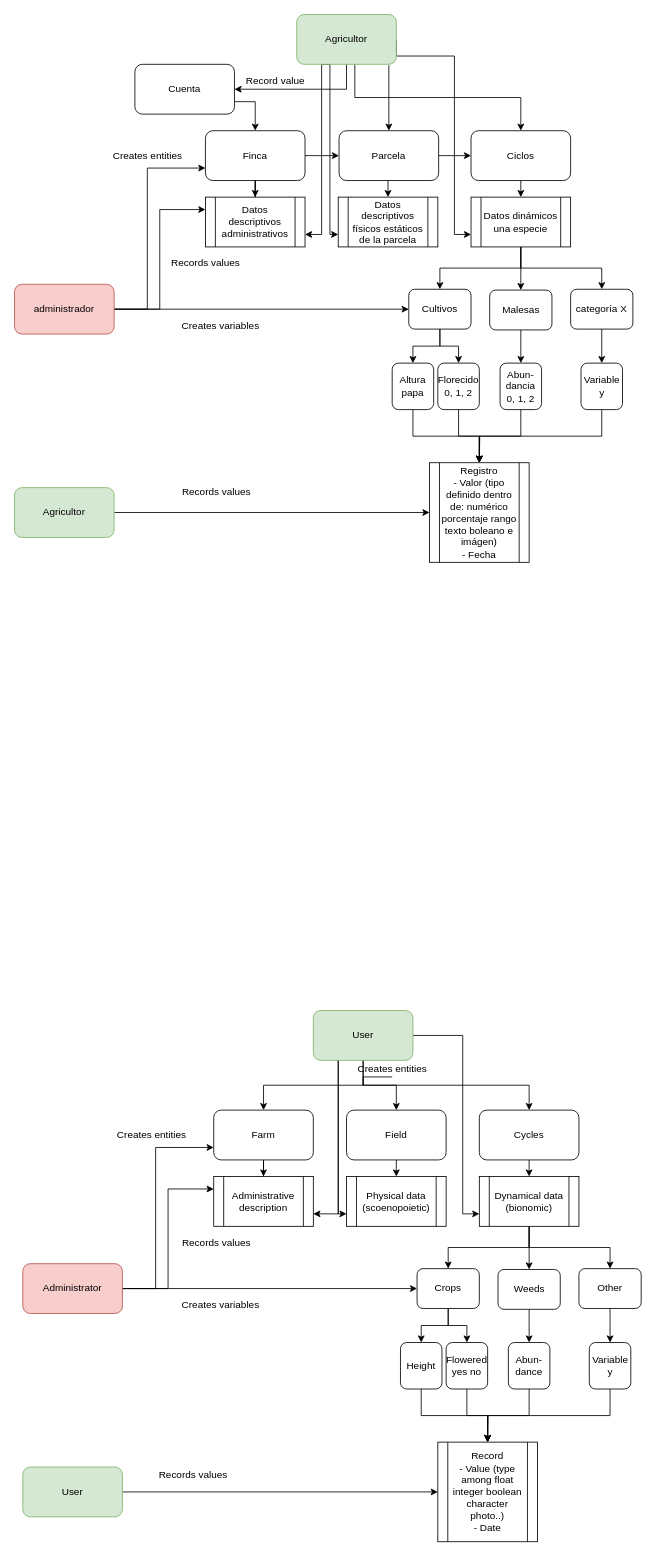
The draw.io diagram app.agromaker.drawio in stdupas/app.agromaker, before the edit. Source tidied: cells renumbered, new cells numbered last; positions are measured from the earlier drawing's top-left corner, leaving out a move shared by most shapes. Both pictures are drawn from the tidied source at 83%, with x=0, y=0 at pixel (14, 14).
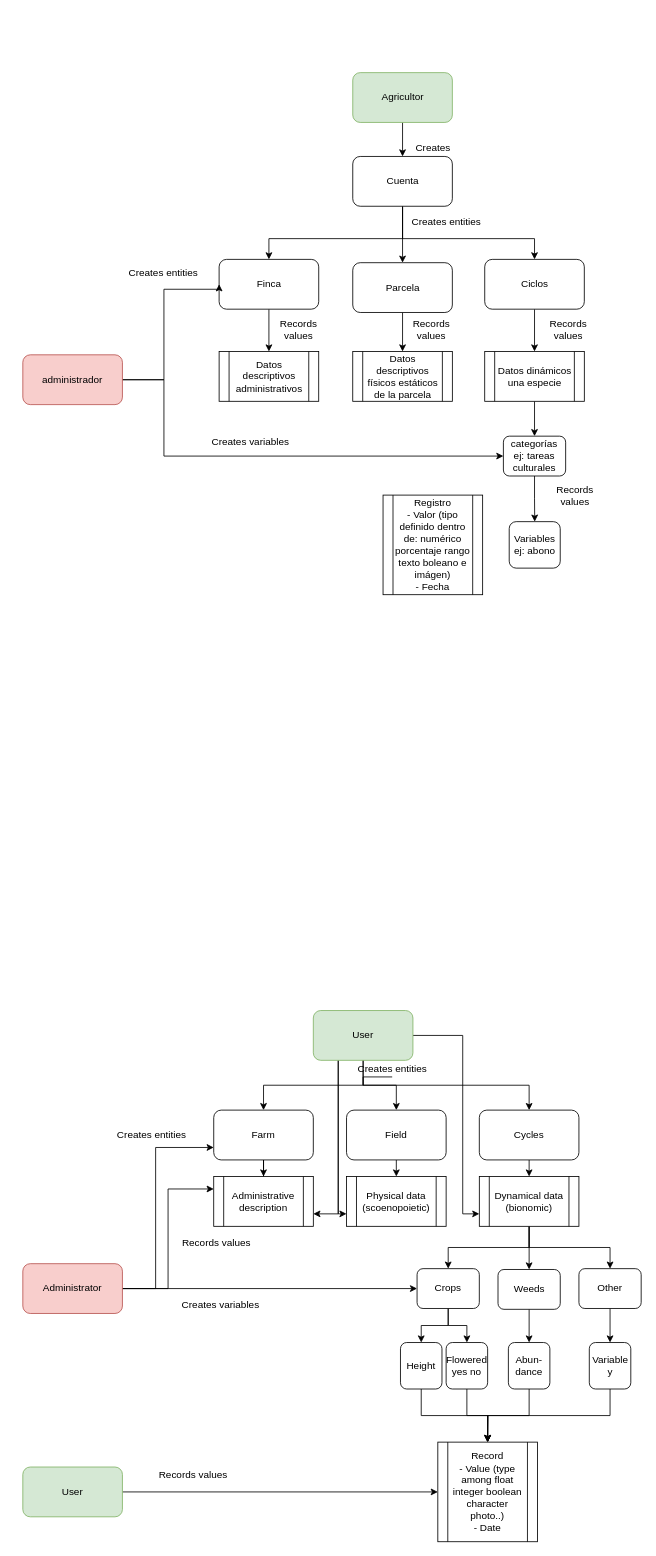
After the change.

The edit, as a diff of the source:
```diff
@@
-    <mxCell id="3" style="edgeStyle=orthogonalEdgeStyle;rounded=0;jettySize=auto;html=1;exitX=1;exitY=0.5;exitDx=0;exitDy=0;entryX=0;entryY=0.5;entryDx=0;entryDy=0;" parent="1" edge="1" source="4" target="7">
-      <mxGeometry relative="1" as="geometry" />
-    </mxCell>
     <mxCell id="4" value="Finca" style="rounded=1;whiteSpace=wrap;html=1;" parent="1" vertex="1">
-      <mxGeometry x="230" y="140" width="120" height="60" as="geometry" />
+      <mxGeometry x="246.5" y="295" width="120" height="60" as="geometry" />
     </mxCell>
@@
-    <mxCell id="6" style="edgeStyle=orthogonalEdgeStyle;rounded=0;jettySize=auto;html=1;exitX=1;exitY=0.5;exitDx=0;exitDy=0;entryX=0;entryY=0.5;entryDx=0;entryDy=0;" parent="1" edge="1" source="7" target="11">
-      <mxGeometry relative="1" as="geometry" />
-    </mxCell>
     <mxCell id="7" value="Parcela" style="rounded=1;whiteSpace=wrap;html=1;" parent="1" vertex="1">
-      <mxGeometry x="391" y="140" width="120" height="60" as="geometry" />
+      <mxGeometry x="407.5" y="299" width="120" height="60" as="geometry" />
     </mxCell>
     <mxCell id="8" value="Datos descriptivos administrativos" style="shape=process;whiteSpace=wrap;html=1;backgroundOutline=1;" parent="1" vertex="1">
-      <mxGeometry x="230" y="220" width="120" height="60" as="geometry" />
+      <mxGeometry x="246.5" y="406" width="120" height="60" as="geometry" />
     </mxCell>
     <mxCell id="9" value="Datos descriptivos físicos estáticos de la parcela" style="shape=process;whiteSpace=wrap;html=1;backgroundOutline=1;" parent="1" vertex="1">
-      <mxGeometry x="390" y="220" width="120" height="60" as="geometry" />
+      <mxGeometry x="407.5" y="406" width="120" height="60" as="geometry" />
     </mxCell>
@@
     <mxCell id="11" value="Ciclos" style="rounded=1;whiteSpace=wrap;html=1;" parent="1" vertex="1">
-      <mxGeometry x="550" y="140" width="120" height="60" as="geometry" />
+      <mxGeometry x="566.5" y="295" width="120" height="60" as="geometry" />
     </mxCell>
-    <mxCell id="12" style="edgeStyle=orthogonalEdgeStyle;rounded=0;jettySize=auto;html=1;exitX=0.5;exitY=1;exitDx=0;exitDy=0;entryX=0.5;entryY=0;entryDx=0;entryDy=0;" parent="1" edge="1" source="15" target="33">
-      <mxGeometry relative="1" as="geometry" />
-    </mxCell>
@@
-    <mxCell id="14" style="edgeStyle=orthogonalEdgeStyle;rounded=0;jettySize=auto;html=1;entryX=0.5;entryY=0;entryDx=0;entryDy=0;" parent="1" edge="1" source="15" target="42">
-      <mxGeometry relative="1" as="geometry" />
-    </mxCell>
     <mxCell id="15" value="Datos dinámicos una especie" style="shape=process;whiteSpace=wrap;html=1;backgroundOutline=1;" parent="1" vertex="1">
-      <mxGeometry x="550" y="220" width="120" height="60" as="geometry" />
+      <mxGeometry x="566.5" y="406" width="120" height="60" as="geometry" />
     </mxCell>
-    <mxCell id="16" style="edgeStyle=orthogonalEdgeStyle;rounded=0;jettySize=auto;html=1;exitX=0.5;exitY=1;exitDx=0;exitDy=0;entryX=1;entryY=0.5;entryDx=0;entryDy=0;" parent="1" edge="1" source="22" target="97">
+    <mxCell id="16" style="edgeStyle=orthogonalEdgeStyle;rounded=0;jettySize=auto;html=1;exitX=0.5;exitY=1;exitDx=0;exitDy=0;" parent="1" edge="1" source="22" target="97">
       <mxGeometry relative="1" as="geometry" />
     </mxCell>
-    <mxCell id="17" style="edgeStyle=orthogonalEdgeStyle;rounded=0;jettySize=auto;html=1;entryX=0.5;entryY=0;entryDx=0;entryDy=0;" parent="1" edge="1" source="22" target="11">
-      <mxGeometry relative="1" as="geometry">
-        <Array as="points">
-          <mxPoint x="410" y="100" />
-          <mxPoint x="610" y="100" />
-        </Array>
-      </mxGeometry>
-    </mxCell>
-    <mxCell id="18" style="edgeStyle=orthogonalEdgeStyle;rounded=0;jettySize=auto;html=1;exitX=0.925;exitY=1.017;exitDx=0;exitDy=0;exitPerimeter=0;" parent="1" edge="1" source="22" target="7">
-      <mxGeometry relative="1" as="geometry" />
-    </mxCell>
-    <mxCell id="19" style="edgeStyle=orthogonalEdgeStyle;rounded=0;jettySize=auto;html=1;exitX=0.25;exitY=1;exitDx=0;exitDy=0;entryX=1;entryY=0.75;entryDx=0;entryDy=0;" parent="1" edge="1" source="22" target="8">
-      <mxGeometry relative="1" as="geometry" />
-    </mxCell>
-    <mxCell id="20" style="edgeStyle=orthogonalEdgeStyle;rounded=0;jettySize=auto;html=1;exitX=0.25;exitY=1;exitDx=0;exitDy=0;entryX=0;entryY=0.75;entryDx=0;entryDy=0;" parent="1" edge="1" source="22" target="9">
-      <mxGeometry relative="1" as="geometry">
-        <Array as="points">
-          <mxPoint x="380" y="265" />
-        </Array>
-      </mxGeometry>
-    </mxCell>
-    <mxCell id="21" style="edgeStyle=orthogonalEdgeStyle;rounded=0;jettySize=auto;html=1;exitX=1;exitY=0.5;exitDx=0;exitDy=0;entryX=0;entryY=0.75;entryDx=0;entryDy=0;" parent="1" edge="1" source="22" target="15">
-      <mxGeometry relative="1" as="geometry">
-        <Array as="points">
-          <mxPoint x="530" y="50" />
-          <mxPoint x="530" y="265" />
-        </Array>
-      </mxGeometry>
-    </mxCell>
     <mxCell id="22" value="Agricultor" style="rounded=1;whiteSpace=wrap;html=1;fillColor=#d5e8d4;strokeColor=#82b366;" parent="1" vertex="1">
-      <mxGeometry x="340" width="120" height="60" as="geometry" />
+      <mxGeometry x="407.5" y="70" width="120" height="60" as="geometry" />
     </mxCell>
-    <mxCell id="23" style="edgeStyle=orthogonalEdgeStyle;rounded=0;jettySize=auto;html=1;exitX=1;exitY=0.5;exitDx=0;exitDy=0;entryX=0;entryY=0.75;entryDx=0;entryDy=0;" parent="1" edge="1" source="26" target="4">
+    <mxCell id="23" style="edgeStyle=orthogonalEdgeStyle;rounded=0;jettySize=auto;html=1;exitX=1;exitY=0.5;exitDx=0;exitDy=0;entryX=0;entryY=0.5;entryDx=0;entryDy=0;" parent="1" edge="1" source="26" target="4">
       <mxGeometry relative="1" as="geometry">
         <Array as="points">
-          <mxPoint x="160" y="355" />
-          <mxPoint x="160" y="185" />
+          <mxPoint x="180" y="440" />
+          <mxPoint x="180" y="331" />
         </Array>
       </mxGeometry>
     </mxCell>
-    <mxCell id="24" style="edgeStyle=orthogonalEdgeStyle;rounded=0;jettySize=auto;html=1;exitX=1;exitY=0.5;exitDx=0;exitDy=0;entryX=0;entryY=0.5;entryDx=0;entryDy=0;" parent="1" edge="1" source="26" target="33">
-      <mxGeometry relative="1" as="geometry" />
+    <mxCell id="24" style="edgeStyle=orthogonalEdgeStyle;rounded=0;jettySize=auto;html=1;exitX=1;exitY=0.5;exitDx=0;exitDy=0;entryX=0;entryY=0.5;entryDx=0;entryDy=0;" parent="1" edge="1" source="26" target="44">
+      <mxGeometry relative="1" as="geometry">
+        <Array as="points">
+          <mxPoint x="180" y="440" />
+          <mxPoint x="180" y="532" />
+        </Array>
+      </mxGeometry>
     </mxCell>
-    <mxCell id="25" style="edgeStyle=orthogonalEdgeStyle;rounded=0;jettySize=auto;html=1;entryX=0;entryY=0.25;entryDx=0;entryDy=0;" parent="1" edge="1" source="26" target="8">
-      <mxGeometry relative="1" as="geometry" />
-    </mxCell>
     <mxCell id="26" value="administrador" style="rounded=1;whiteSpace=wrap;html=1;fillColor=#f8cecc;strokeColor=#b85450;" parent="1" vertex="1">
-      <mxGeometry y="325" width="120" height="60" as="geometry" />
+      <mxGeometry x="10" y="410" width="120" height="60" as="geometry" />
     </mxCell>
     <mxCell id="27" value="Creates entities" style="text;html=1;align=center;verticalAlign=middle;" parent="1" vertex="1">
-      <mxGeometry x="110" y="160" width="100" height="20" as="geometry" />
+      <mxGeometry x="129" y="301" width="100" height="20" as="geometry" />
     </mxCell>
-    <mxCell id="28" style="edgeStyle=orthogonalEdgeStyle;rounded=0;jettySize=auto;html=1;exitX=1;exitY=0.5;exitDx=0;exitDy=0;entryX=0;entryY=0.5;entryDx=0;entryDy=0;" parent="1" edge="1" source="29" target="36">
-      <mxGeometry relative="1" as="geometry" />
-    </mxCell>
-    <mxCell id="29" value="Agricultor" style="rounded=1;whiteSpace=wrap;html=1;fillColor=#d5e8d4;strokeColor=#82b366;" parent="1" vertex="1">
-      <mxGeometry y="570" width="120" height="60" as="geometry" />
-    </mxCell>
-    <mxCell id="30" value="&lt;div&gt;Record value&lt;/div&gt;" style="text;html=1;align=center;verticalAlign=middle;" parent="1" vertex="1">
-      <mxGeometry x="269" y="70" width="90" height="20" as="geometry" />
-    </mxCell>
-    <mxCell id="31" style="edgeStyle=orthogonalEdgeStyle;rounded=0;jettySize=auto;html=1;exitX=0.5;exitY=1;exitDx=0;exitDy=0;entryX=0;entryY=0.5;entryDx=0;entryDy=0;" parent="1" edge="1" source="33" target="35">
-      <mxGeometry relative="1" as="geometry" />
-    </mxCell>
-    <mxCell id="32" style="edgeStyle=orthogonalEdgeStyle;rounded=0;jettySize=auto;html=1;exitX=0.5;exitY=1;exitDx=0;exitDy=0;" parent="1" edge="1" source="33" target="40">
-      <mxGeometry relative="1" as="geometry" />
-    </mxCell>
-    <mxCell id="33" value="Cultivos" style="rounded=1;whiteSpace=wrap;html=1;" parent="1" vertex="1">
-      <mxGeometry x="475" y="331" width="75" height="48" as="geometry" />
-    </mxCell>
-    <mxCell id="34" style="edgeStyle=orthogonalEdgeStyle;rounded=0;jettySize=auto;html=1;exitX=1;exitY=0.5;exitDx=0;exitDy=0;" parent="1" edge="1" source="35" target="36">
-      <mxGeometry relative="1" as="geometry" />
-    </mxCell>
-    <mxCell id="35" value="Altura papa" style="rounded=1;whiteSpace=wrap;html=1;direction=south;" parent="1" vertex="1">
-      <mxGeometry x="455" y="420" width="50" height="56" as="geometry" />
-    </mxCell>
     <mxCell id="36" value="&lt;div&gt;Registro&lt;br&gt;&lt;/div&gt;&lt;div&gt;- Valor (tipo definido dentro de: numérico porcentaje rango texto boleano e imágen)&lt;/div&gt;&lt;div&gt;- Fecha&lt;br&gt;&lt;/div&gt;" style="shape=process;whiteSpace=wrap;html=1;backgroundOutline=1;" parent="1" vertex="1">
-      <mxGeometry x="500" y="540" width="120" height="120" as="geometry" />
+      <mxGeometry x="444" y="579" width="120" height="120" as="geometry" />
     </mxCell>
-    <mxCell id="37" style="edgeStyle=orthogonalEdgeStyle;rounded=0;jettySize=auto;html=1;exitX=1;exitY=0.5;exitDx=0;exitDy=0;" parent="1" edge="1" source="38" target="36">
-      <mxGeometry relative="1" as="geometry" />
-    </mxCell>
-    <mxCell id="38" value="Abun-dancia 0, 1, 2" style="rounded=1;whiteSpace=wrap;html=1;direction=south;" parent="1" vertex="1">
-      <mxGeometry x="585" y="420" width="50" height="56" as="geometry" />
-    </mxCell>
-    <mxCell id="39" style="edgeStyle=orthogonalEdgeStyle;rounded=0;jettySize=auto;html=1;exitX=1;exitY=0.5;exitDx=0;exitDy=0;" parent="1" edge="1" source="40">
-      <mxGeometry relative="1" as="geometry">
-        <mxPoint x="560" y="540" as="targetPoint" />
-      </mxGeometry>
-    </mxCell>
-    <mxCell id="40" value="Florecido 0, 1, 2" style="rounded=1;whiteSpace=wrap;html=1;direction=south;" parent="1" vertex="1">
-      <mxGeometry x="510" y="420" width="50" height="56" as="geometry" />
-    </mxCell>
-    <mxCell id="41" style="edgeStyle=orthogonalEdgeStyle;rounded=0;jettySize=auto;html=1;exitX=0.5;exitY=1;exitDx=0;exitDy=0;entryX=0;entryY=0.5;entryDx=0;entryDy=0;" parent="1" edge="1" source="42" target="38">
-      <mxGeometry relative="1" as="geometry" />
-    </mxCell>
-    <mxCell id="42" value="Malesas" style="rounded=1;whiteSpace=wrap;html=1;" parent="1" vertex="1">
-      <mxGeometry x="572.5" y="332" width="75" height="48" as="geometry" />
-    </mxCell>
@@
-    <mxCell id="44" value="categoría X" style="rounded=1;whiteSpace=wrap;html=1;" parent="1" vertex="1">
-      <mxGeometry x="670" y="331" width="75" height="48" as="geometry" />
+    <mxCell id="44" value="&lt;div&gt;categorías &lt;br&gt;&lt;/div&gt;&lt;div&gt;ej: tareas culturales&lt;br&gt;&lt;/div&gt;" style="rounded=1;whiteSpace=wrap;html=1;" parent="1" vertex="1">
+      <mxGeometry x="589" y="508" width="75" height="48" as="geometry" />
     </mxCell>
-    <mxCell id="45" style="edgeStyle=orthogonalEdgeStyle;rounded=0;jettySize=auto;html=1;exitX=1;exitY=0.5;exitDx=0;exitDy=0;" parent="1" edge="1" source="46" target="36">
-      <mxGeometry relative="1" as="geometry" />
-    </mxCell>
-    <mxCell id="46" value="Variable y" style="rounded=1;whiteSpace=wrap;html=1;direction=south;" parent="1" vertex="1">
-      <mxGeometry x="682.5" y="420" width="50" height="56" as="geometry" />
+    <mxCell id="46" value="Variables ej: abono" style="rounded=1;whiteSpace=wrap;html=1;direction=south;" parent="1" vertex="1">
+      <mxGeometry x="596" y="611" width="61.5" height="56" as="geometry" />
     </mxCell>
@@
-    <mxCell id="92" value="Records values" style="text;html=1;align=center;verticalAlign=middle;" parent="1" vertex="1">
-      <mxGeometry x="193" y="565" width="100" height="20" as="geometry" />
-    </mxCell>
     <mxCell id="93" value="Creates variables" style="text;html=1;align=center;verticalAlign=middle;" parent="1" vertex="1">
-      <mxGeometry x="193" y="365" width="110" height="20" as="geometry" />
+      <mxGeometry x="229" y="505" width="110" height="20" as="geometry" />
     </mxCell>
-    <mxCell id="94" value="Records values" style="text;html=1;align=center;verticalAlign=middle;" parent="1" vertex="1">
-      <mxGeometry x="180" y="290" width="100" height="20" as="geometry" />
+    <mxCell id="94" value="&lt;div&gt;Records &lt;br&gt;&lt;/div&gt;&lt;div&gt;values&lt;/div&gt;" style="text;html=1;align=center;verticalAlign=middle;" parent="1" vertex="1">
+      <mxGeometry x="471.5" y="365" width="60" height="30" as="geometry" />
     </mxCell>
@@
-    <mxCell id="96" style="edgeStyle=orthogonalEdgeStyle;rounded=0;jettySize=auto;html=1;exitX=1;exitY=0.75;exitDx=0;exitDy=0;" parent="1" edge="1" source="97" target="4">
-      <mxGeometry relative="1" as="geometry" />
+    <mxCell id="96" style="edgeStyle=orthogonalEdgeStyle;rounded=0;jettySize=auto;html=1;entryX=0.5;entryY=0;entryDx=0;entryDy=0;exitX=0.5;exitY=1;exitDx=0;exitDy=0;" parent="1" edge="1" source="97" target="4">
+      <mxGeometry relative="1" as="geometry">
+        <Array as="points">
+          <mxPoint x="468" y="270" />
+          <mxPoint x="307" y="270" />
+        </Array>
+      </mxGeometry>
     </mxCell>
+    <mxCell id="98" style="edgeStyle=orthogonalEdgeStyle;rounded=0;jettySize=auto;html=1;exitX=0.5;exitY=1;exitDx=0;exitDy=0;entryX=0.5;entryY=0;entryDx=0;entryDy=0;" parent="1" edge="1" source="97" target="11">
+      <mxGeometry relative="1" as="geometry">
+        <Array as="points">
+          <mxPoint x="468" y="270" />
+          <mxPoint x="627" y="270" />
+        </Array>
+      </mxGeometry>
+    </mxCell>
+    <mxCell id="99" style="edgeStyle=orthogonalEdgeStyle;rounded=0;jettySize=auto;html=1;" parent="1" edge="1" source="97" target="7">
+      <mxGeometry relative="1" as="geometry" />
+    </mxCell>
     <mxCell id="97" value="Cuenta" style="rounded=1;whiteSpace=wrap;html=1;" parent="1" vertex="1">
-      <mxGeometry x="145" y="60" width="120" height="60" as="geometry" />
+      <mxGeometry x="407.5" y="171" width="120" height="60" as="geometry" />
     </mxCell>
+    <mxCell id="100" value="Creates" style="text;html=1;align=center;verticalAlign=middle;" parent="1" vertex="1">
+      <mxGeometry x="474" y="151" width="60" height="20" as="geometry" />
+    </mxCell>
+    <mxCell id="101" value="&lt;div&gt;Records &lt;br&gt;&lt;/div&gt;&lt;div&gt;values&lt;/div&gt;" style="text;html=1;align=center;verticalAlign=middle;" parent="1" vertex="1">
+      <mxGeometry x="636.5" y="365" width="60" height="30" as="geometry" />
+    </mxCell>
+    <mxCell id="102" value="&lt;div&gt;Records &lt;br&gt;&lt;/div&gt;&lt;div&gt;values&lt;/div&gt;" style="text;html=1;align=center;verticalAlign=middle;" parent="1" vertex="1">
+      <mxGeometry x="312" y="365" width="60" height="30" as="geometry" />
+    </mxCell>
+    <mxCell id="103" value="&lt;div&gt;Records &lt;br&gt;&lt;/div&gt;&lt;div&gt;values&lt;/div&gt;" style="text;html=1;align=center;verticalAlign=middle;" parent="1" vertex="1">
+      <mxGeometry x="645" y="564.5" width="60" height="30" as="geometry" />
+    </mxCell>
+    <mxCell id="104" value="Creates entities" style="text;html=1;align=center;verticalAlign=middle;" parent="1" vertex="1">
+      <mxGeometry x="470" y="240" width="100" height="20" as="geometry" />
+    </mxCell>
```
